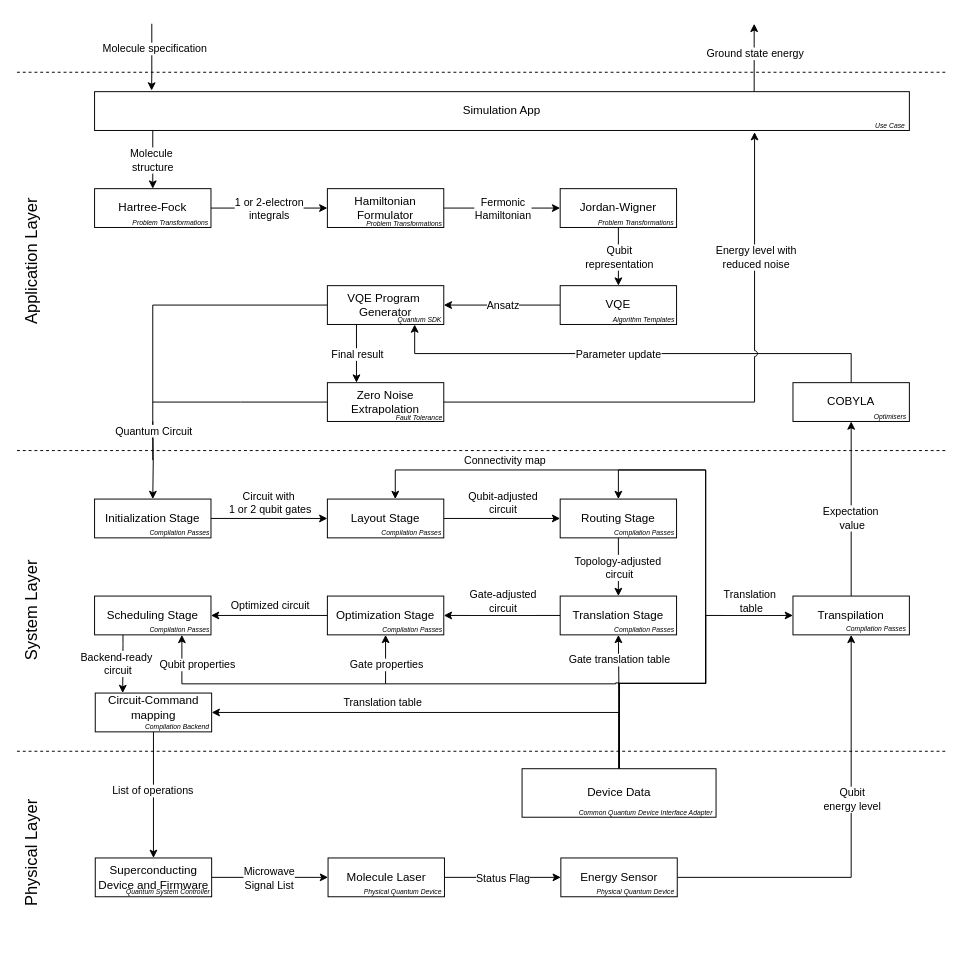
This is page "scenario1" (1 of 4) of docs/scenario-based-analysis/images/scenarios.drawio from FullStaQD/architecture, a draw.io file, before an edit. Source tidied: cells renumbered, new cells numbered last; positions are measured from the earlier drawing's top-left corner, leaving out a move shared by most shapes. Both pictures are drawn from the tidied source at 97%, with x=0, y=0 at pixel (-51, 23).
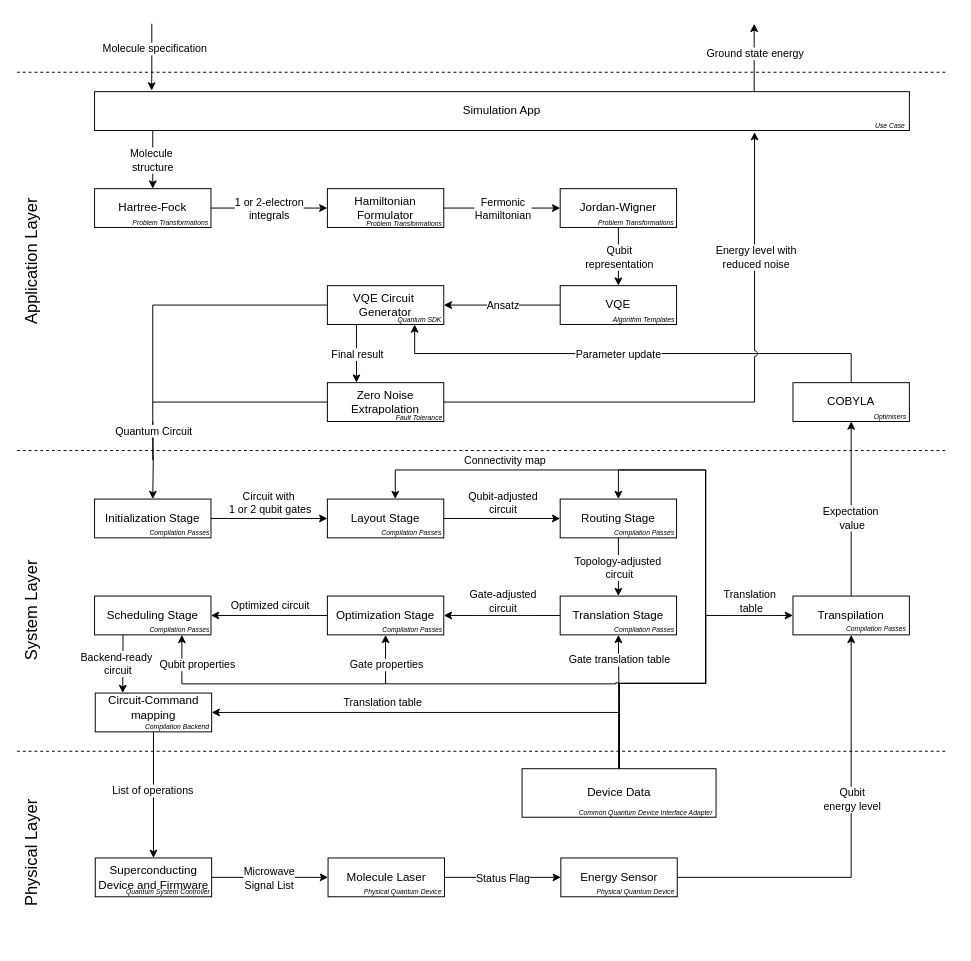
Above is the later version.

Commit message (it also covers changes not shown here):
Programm Generator -> Circuit Generator

Diff of the diagram source:
```diff
@@
-    <mxCell id="24" value="VQE Program&amp;nbsp;&lt;div&gt;Generator&lt;/div&gt;" style="rounded=0;whiteSpace=wrap;html=1;" parent="1" vertex="1">
+    <mxCell id="24" value="VQE Circuit&amp;nbsp;&lt;div&gt;Generator&lt;/div&gt;" style="rounded=0;whiteSpace=wrap;html=1;" parent="1" vertex="1">
       <mxGeometry x="390" y="270" width="120" height="40" as="geometry" />
     </mxCell>
```
